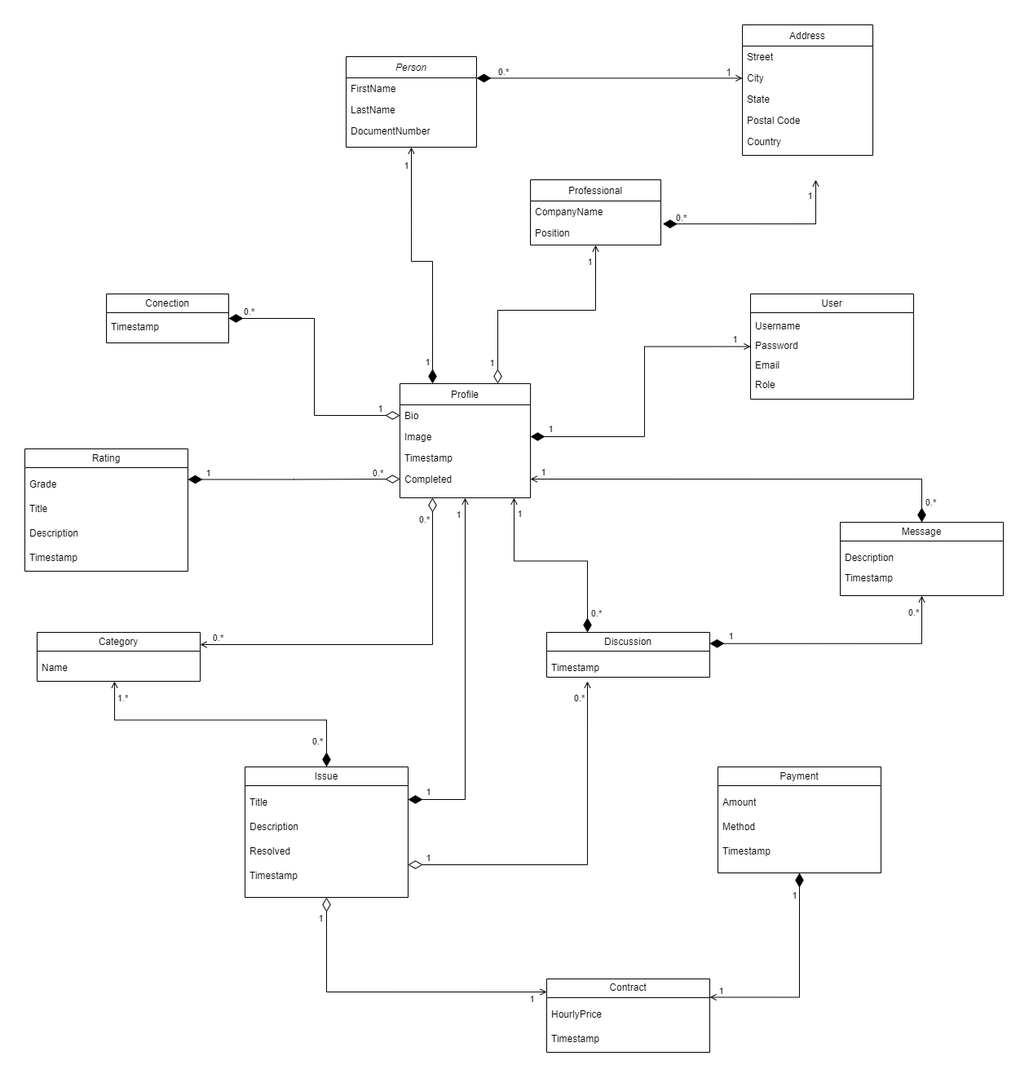
The draw.io diagram assets/diagrams/Class Diagram.png in messiasGeovani/specialister-docs, before a commit. Source tidied: cells renumbered, new cells last; positions are measured from the earlier drawing's top-left corner, leaving out a move shared by most shapes.
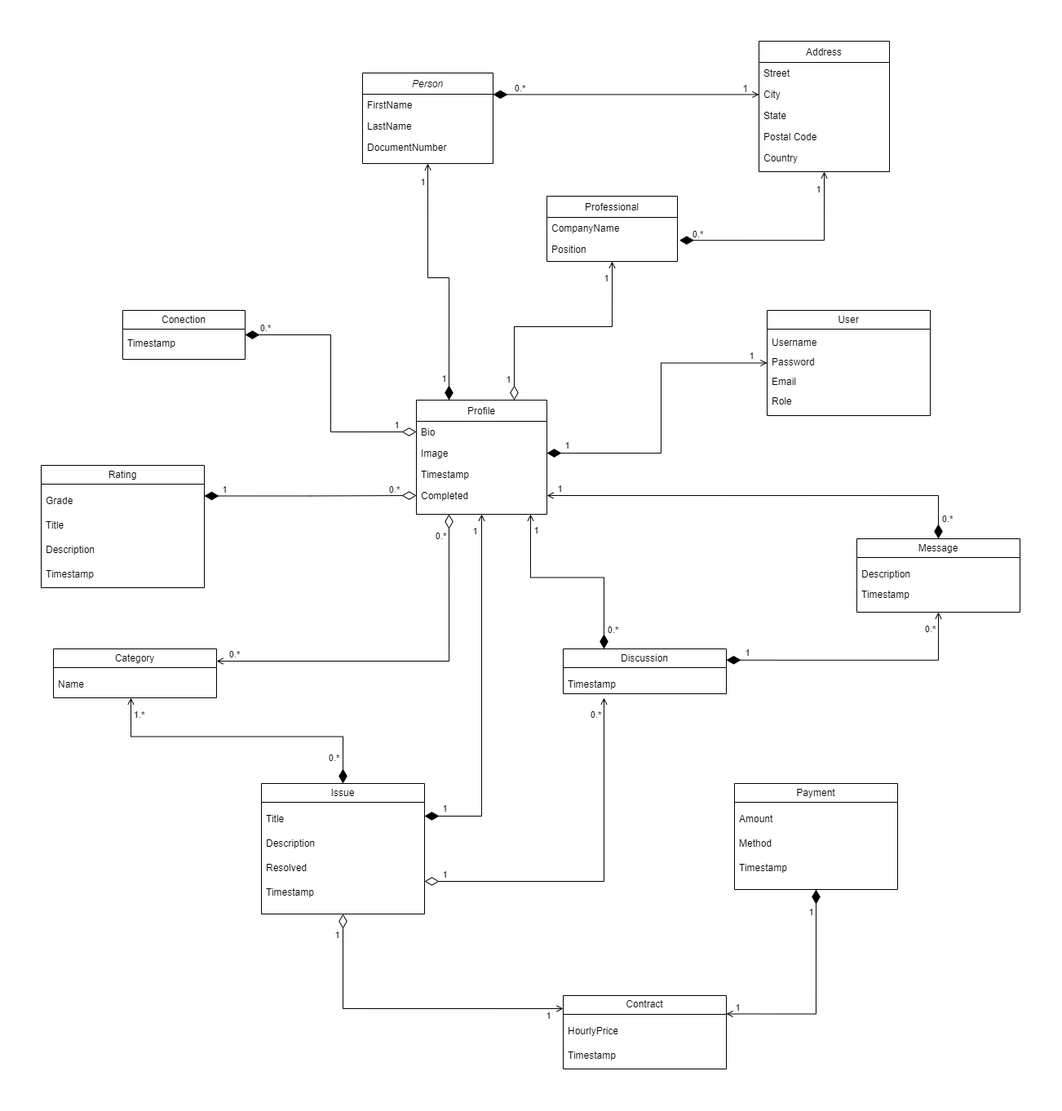
After the commit.

The edit, as a diff of the source:
```diff
@@ -110,10 +110,8 @@
         <mxPoint x="13" y="-9" as="offset" />
       </mxGeometry>
     </mxCell>
-    <mxCell id="32" style="edgeStyle=orthogonalEdgeStyle;rounded=0;jettySize=auto;html=1;endArrow=open;endFill=0;exitX=1.015;exitY=1.082;exitDx=0;exitDy=0;exitPerimeter=0;startArrow=diamondThin;startFill=1;startSize=15;" parent="1" edge="1" source="10">
-      <mxGeometry relative="1" as="geometry">
-        <mxPoint x="970" y="190" as="targetPoint" />
-      </mxGeometry>
+    <mxCell id="32" style="edgeStyle=orthogonalEdgeStyle;rounded=0;jettySize=auto;html=1;endArrow=open;endFill=0;exitX=1.015;exitY=1.082;exitDx=0;exitDy=0;exitPerimeter=0;startArrow=diamondThin;startFill=1;startSize=15;entryX=0.5;entryY=1;entryDx=0;entryDy=0;" parent="1" edge="1" source="10" target="23">
+      <mxGeometry relative="1" as="geometry" />
     </mxCell>
     <mxCell id="33" value="1" style="edgeLabel;html=1;align=center;verticalAlign=middle;labelBackgroundColor=none;" parent="32" vertex="1">
       <mxGeometry x="0.82" y="-2" relative="1" as="geometry">
```
